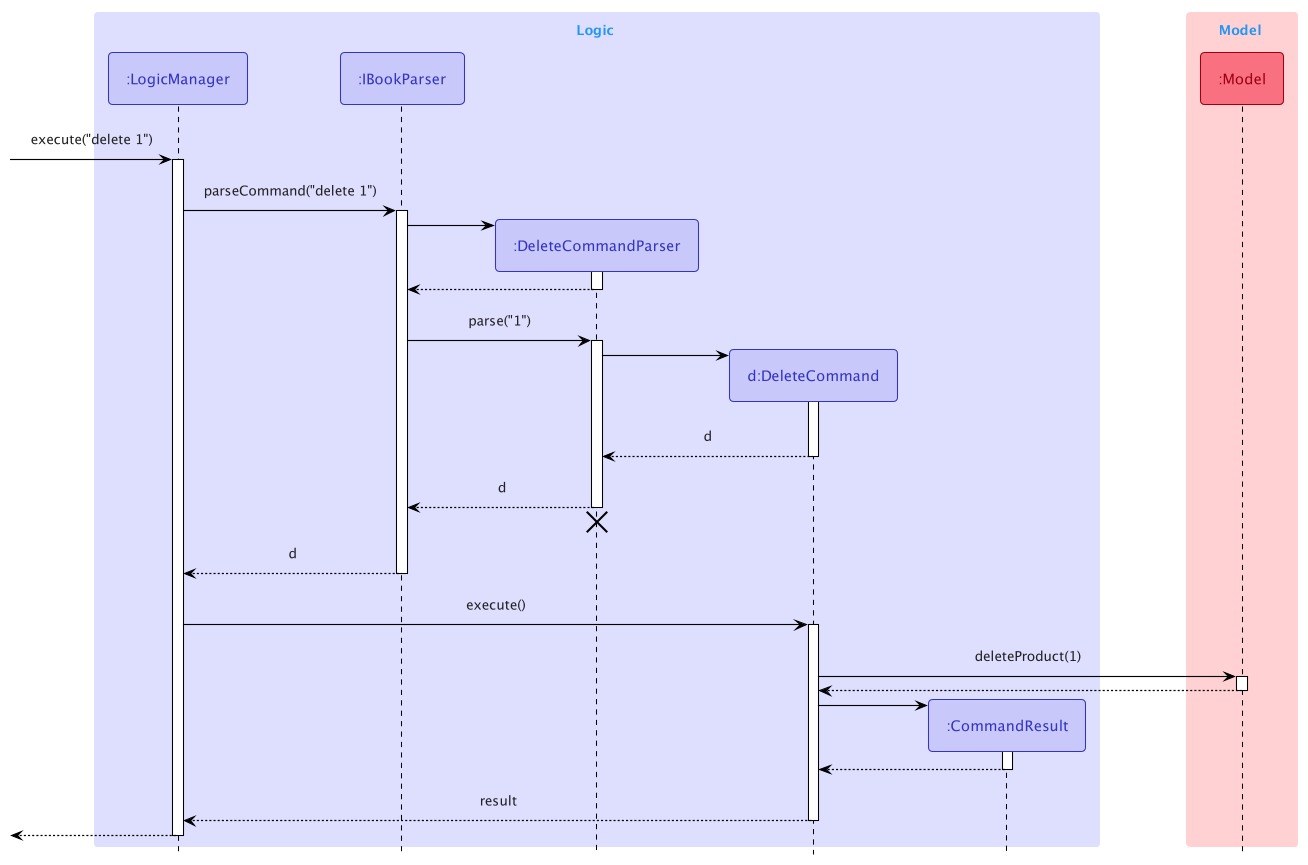
Before: docs/images/DeleteSequenceDiagram.png, a diagram exported from PlantUML (nus-cs2103-AY2122S2/tp).
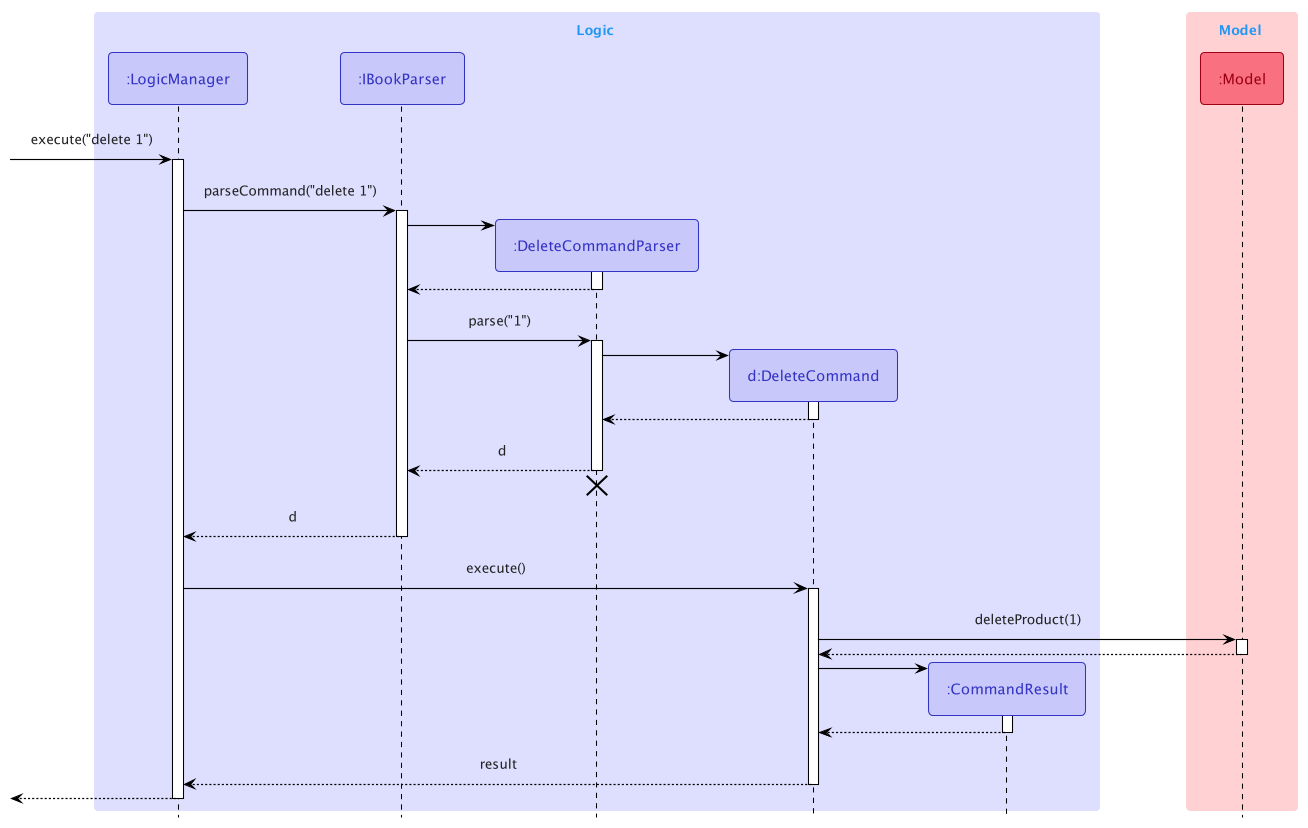
After the change.

What changed in the source:
```diff
@@ -34,7 +34,7 @@
 DeleteCommandParser -> DeleteCommand
 activate DeleteCommand
 
-DeleteCommand --> DeleteCommandParser : d
+DeleteCommand --> DeleteCommandParser
 deactivate DeleteCommand
 
 DeleteCommandParser --> IBookParser : d
```
